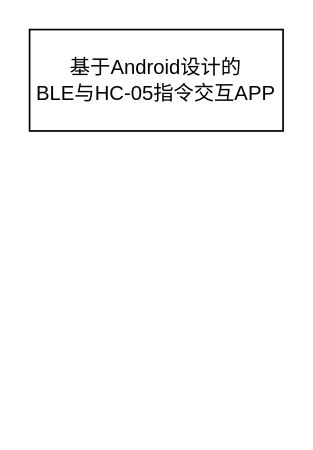
Above: 课设.drawio in AkiraZheng/diagrams (draw.io), before the change. Source tidied: cells renumbered, new cells numbered last; positions are measured from the earlier drawing's top-left corner, leaving out a move shared by most shapes. Both pictures are drawn from the tidied source at 169%, with x=0, y=0 at pixel (29, 29).
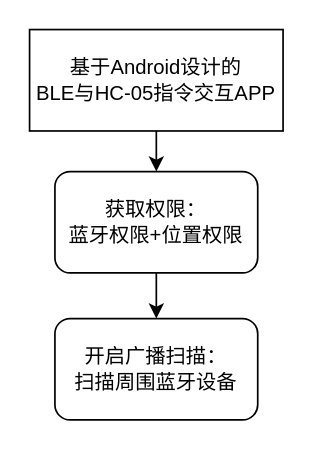
The same diagram, later.

The edit, as a diff of the source:
```diff
@@
 <mxGraphModel>
   <root>
     <mxCell id="0" />
     <mxCell id="1" parent="0" />
+    <mxCell id="3" style="edgeStyle=orthogonalEdgeStyle;rounded=0;jettySize=auto;html=1;" parent="1" edge="1" source="2" target="5">
+      <mxGeometry relative="1" as="geometry" />
+    </mxCell>
     <mxCell id="2" value="基于Android设计的&lt;br&gt;BLE与HC-05指令交互APP" style="rounded=0;whiteSpace=wrap;html=1;" parent="1" vertex="1">
       <mxGeometry width="150" height="60" as="geometry" />
     </mxCell>
+    <mxCell id="4" style="edgeStyle=orthogonalEdgeStyle;rounded=0;jettySize=auto;html=1;" parent="1" edge="1" source="5" target="6">
+      <mxGeometry relative="1" as="geometry" />
+    </mxCell>
+    <mxCell id="5" value="获取权限：&lt;br&gt;蓝牙权限+位置权限" style="rounded=1;whiteSpace=wrap;html=1;" parent="1" vertex="1">
+      <mxGeometry x="15" y="84" width="120" height="60" as="geometry" />
+    </mxCell>
+    <mxCell id="6" value="开启广播扫描：&lt;br&gt;扫描周围蓝牙设备" style="whiteSpace=wrap;html=1;rounded=1;" parent="1" vertex="1">
+      <mxGeometry x="15" y="171" width="120" height="60" as="geometry" />
+    </mxCell>
   </root>
 </mxGraphModel>
```
